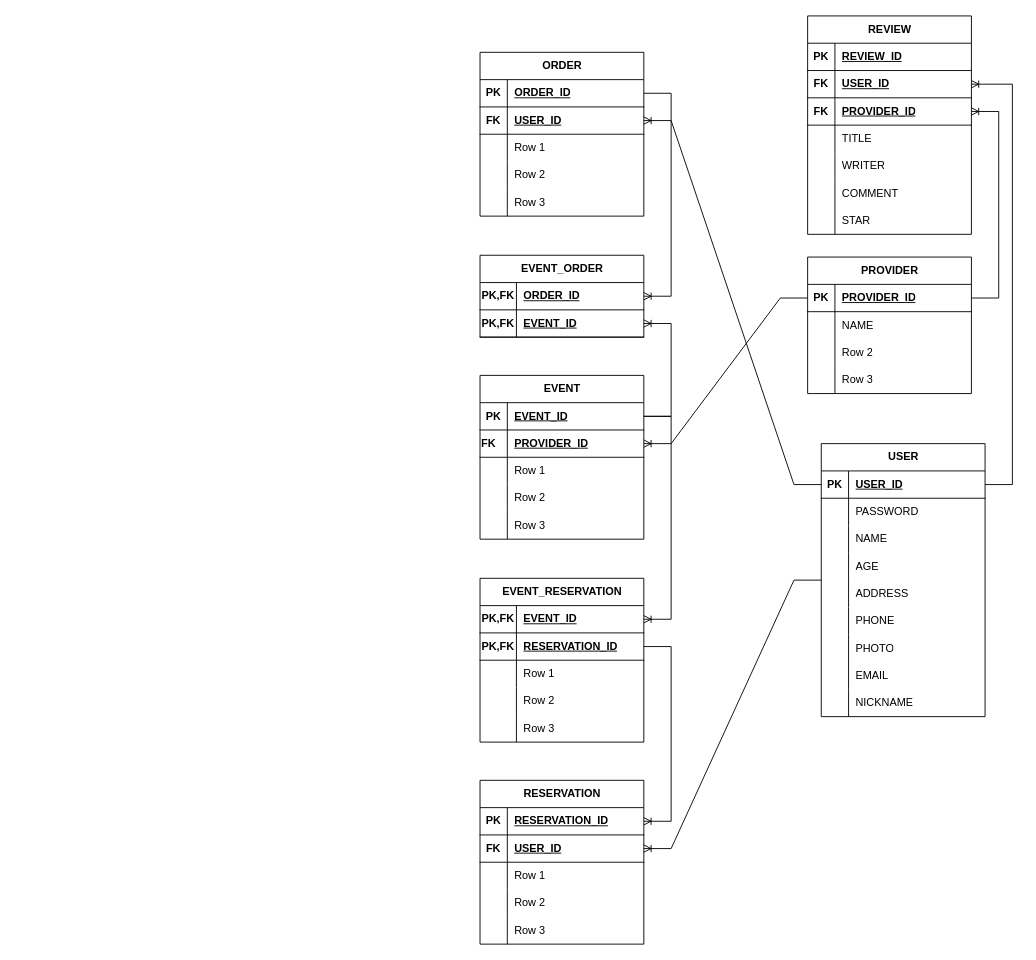
Earlier version of the draw.io diagram EventLinkERD.drawio (leeheeweon/EventLink). Source tidied: cells renumbered, new cells numbered last; positions are measured from the earlier drawing's top-left corner, leaving out a move shared by most shapes. Both pictures are drawn from the tidied source at 91%, with x=0, y=0 at pixel (307, 15).
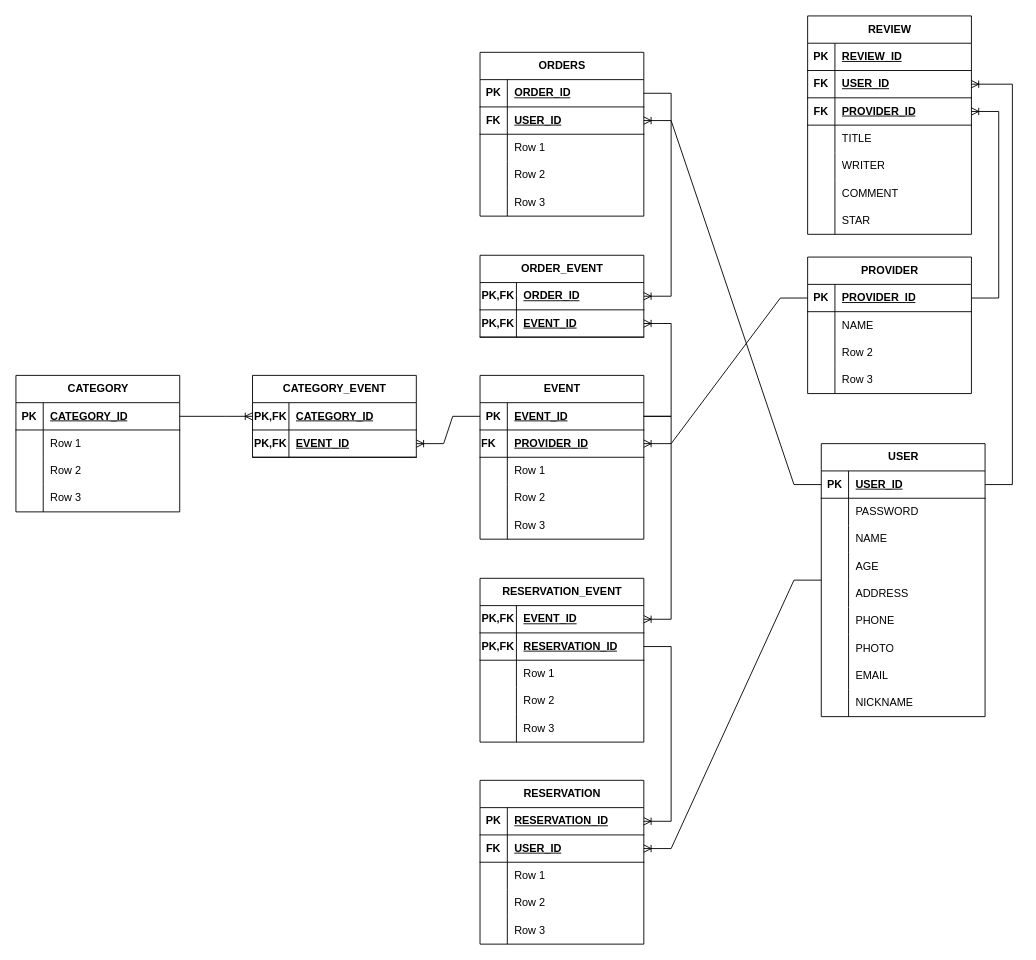
The same diagram, later.

The change refers to these unchanged cells:
```xml
<mxCell id="31" style="shape=tableRow;horizontal=0;startSize=0;swimlaneHead=0;swimlaneBody=0;fillColor=none;points=[[0,0.5],[1,0.5]];portConstraint=eastwest;top=0;left=0;right=0;bottom=1;" parent="30" vertex="1">
  <mxGeometry y="30" width="180" height="30" as="geometry" />
</mxCell>
```

Diff of the diagram source:
```diff
@@
-    <mxCell id="59" value="ORDER" style="shape=table;startSize=30;childLayout=tableLayout;rowLines=0;fontStyle=1;align=center;html=1;" parent="1" vertex="1">
+    <mxCell id="59" value="ORDERS" style="shape=table;startSize=30;childLayout=tableLayout;rowLines=0;fontStyle=1;align=center;html=1;" parent="1" vertex="1">
       <mxGeometry x="190" y="40" width="180" height="180" as="geometry" />
     </mxCell>
@@
-    <mxCell id="99" value="EVENT_ORDER" style="shape=table;startSize=30;childLayout=tableLayout;rowLines=0;fontStyle=1;align=center;html=1;" parent="1" vertex="1">
+    <mxCell id="99" value="ORDER_EVENT" style="shape=table;startSize=30;childLayout=tableLayout;rowLines=0;fontStyle=1;align=center;html=1;" parent="1" vertex="1">
       <mxGeometry x="190" y="263" width="180" height="90" as="geometry" />
     </mxCell>
@@
-    <mxCell id="124" value="EVENT_RESERVATION" style="shape=table;startSize=30;childLayout=tableLayout;rowLines=0;fontStyle=1;align=center;html=1;" parent="1" vertex="1">
+    <mxCell id="124" value="RESERVATION_EVENT" style="shape=table;startSize=30;childLayout=tableLayout;rowLines=0;fontStyle=1;align=center;html=1;" parent="1" vertex="1">
       <mxGeometry x="190" y="618" width="180" height="180" as="geometry" />
     </mxCell>
@@
+    <mxCell id="145" value="CATEGORY" style="shape=table;startSize=30;childLayout=tableLayout;rowLines=0;fontStyle=1;align=center;html=1;" parent="1" vertex="1">
+      <mxGeometry x="-320" y="395" width="180" height="150" as="geometry" />
+    </mxCell>
+    <mxCell id="146" style="shape=tableRow;horizontal=0;startSize=0;swimlaneHead=0;swimlaneBody=0;fillColor=none;points=[[0,0.5],[1,0.5]];portConstraint=eastwest;top=0;left=0;right=0;bottom=1;" parent="145" vertex="1">
+      <mxGeometry y="30" width="180" height="30" as="geometry" />
+    </mxCell>
+    <mxCell id="147" value="PK" style="shape=partialRectangle;fillColor=none;top=0;left=0;bottom=0;right=0;fontStyle=1;overflow=hidden;whiteSpace=wrap;html=1;" parent="146" vertex="1">
+      <mxGeometry width="30" height="30" as="geometry" />
+    </mxCell>
+    <mxCell id="148" value="CATEGORY_ID" style="shape=partialRectangle;fillColor=none;top=0;left=0;bottom=0;right=0;align=left;spacingLeft=6;fontStyle=5;overflow=hidden;whiteSpace=wrap;html=1;" parent="146" vertex="1">
+      <mxGeometry x="30" width="150" height="30" as="geometry" />
+    </mxCell>
+    <mxCell id="149" style="shape=tableRow;horizontal=0;startSize=0;swimlaneHead=0;swimlaneBody=0;fillColor=none;top=0;left=0;right=0;bottom=0;" parent="145" vertex="1">
+      <mxGeometry y="60" width="180" height="30" as="geometry" />
+    </mxCell>
+    <mxCell id="150" style="shape=partialRectangle;fillColor=none;top=0;left=0;bottom=0;right=0;overflow=hidden;whiteSpace=wrap;html=1;" parent="149" vertex="1">
+      <mxGeometry width="30" height="30" as="geometry" />
+    </mxCell>
+    <mxCell id="151" value="Row 1" style="shape=partialRectangle;fillColor=none;top=0;left=0;bottom=0;right=0;align=left;spacingLeft=6;overflow=hidden;whiteSpace=wrap;html=1;" parent="149" vertex="1">
+      <mxGeometry x="30" width="150" height="30" as="geometry" />
+    </mxCell>
+    <mxCell id="152" style="shape=tableRow;horizontal=0;startSize=0;swimlaneHead=0;swimlaneBody=0;fillColor=none;top=0;left=0;right=0;bottom=0;" parent="145" vertex="1">
+      <mxGeometry y="90" width="180" height="30" as="geometry" />
+    </mxCell>
+    <mxCell id="153" style="shape=partialRectangle;fillColor=none;top=0;left=0;bottom=0;right=0;overflow=hidden;whiteSpace=wrap;html=1;" parent="152" vertex="1">
+      <mxGeometry width="30" height="30" as="geometry" />
+    </mxCell>
+    <mxCell id="154" value="Row 2" style="shape=partialRectangle;fillColor=none;top=0;left=0;bottom=0;right=0;align=left;spacingLeft=6;overflow=hidden;whiteSpace=wrap;html=1;" parent="152" vertex="1">
+      <mxGeometry x="30" width="150" height="30" as="geometry" />
+    </mxCell>
+    <mxCell id="155" style="shape=tableRow;horizontal=0;startSize=0;swimlaneHead=0;swimlaneBody=0;fillColor=none;top=0;left=0;right=0;bottom=0;" parent="145" vertex="1">
+      <mxGeometry y="120" width="180" height="30" as="geometry" />
+    </mxCell>
+    <mxCell id="156" style="shape=partialRectangle;fillColor=none;top=0;left=0;bottom=0;right=0;overflow=hidden;whiteSpace=wrap;html=1;" parent="155" vertex="1">
+      <mxGeometry width="30" height="30" as="geometry" />
+    </mxCell>
+    <mxCell id="157" value="Row 3" style="shape=partialRectangle;fillColor=none;top=0;left=0;bottom=0;right=0;align=left;spacingLeft=6;overflow=hidden;whiteSpace=wrap;html=1;" parent="155" vertex="1">
+      <mxGeometry x="30" width="150" height="30" as="geometry" />
+    </mxCell>
+    <mxCell id="158" value="CATEGORY_EVENT" style="shape=table;startSize=30;childLayout=tableLayout;rowLines=0;fontStyle=1;align=center;html=1;" parent="1" vertex="1">
+      <mxGeometry x="-60" y="395" width="180" height="90" as="geometry" />
+    </mxCell>
+    <mxCell id="159" style="shape=tableRow;horizontal=0;startSize=0;swimlaneHead=0;swimlaneBody=0;fillColor=none;points=[[0,0.5],[1,0.5]];portConstraint=eastwest;top=0;left=0;right=0;bottom=1;" parent="158" vertex="1">
+      <mxGeometry y="30" width="180" height="30" as="geometry" />
+    </mxCell>
+    <mxCell id="160" value="PK,FK" style="shape=partialRectangle;fillColor=none;top=0;left=0;bottom=0;right=0;fontStyle=1;overflow=hidden;whiteSpace=wrap;html=1;" parent="159" vertex="1">
+      <mxGeometry width="40" height="30" as="geometry" />
+    </mxCell>
+    <mxCell id="161" value="CATEGORY_ID" style="shape=partialRectangle;fillColor=none;top=0;left=0;bottom=0;right=0;align=left;spacingLeft=6;fontStyle=5;overflow=hidden;whiteSpace=wrap;html=1;" parent="159" vertex="1">
+      <mxGeometry x="40" width="140" height="30" as="geometry" />
+    </mxCell>
+    <mxCell id="162" style="shape=tableRow;horizontal=0;startSize=0;swimlaneHead=0;swimlaneBody=0;fillColor=none;points=[[0,0.5],[1,0.5]];portConstraint=eastwest;top=0;left=0;right=0;bottom=1;" parent="158" vertex="1">
+      <mxGeometry y="60" width="180" height="30" as="geometry" />
+    </mxCell>
+    <mxCell id="163" value="PK,FK" style="shape=partialRectangle;fillColor=none;top=0;left=0;bottom=0;right=0;fontStyle=1;overflow=hidden;whiteSpace=wrap;html=1;" parent="162" vertex="1">
+      <mxGeometry width="40" height="30" as="geometry" />
+    </mxCell>
+    <mxCell id="164" value="EVENT_ID" style="shape=partialRectangle;fillColor=none;top=0;left=0;bottom=0;right=0;align=left;spacingLeft=6;fontStyle=5;overflow=hidden;whiteSpace=wrap;html=1;" parent="162" vertex="1">
+      <mxGeometry x="40" width="140" height="30" as="geometry" />
+    </mxCell>
+    <mxCell id="165" style="edgeStyle=entityRelationEdgeStyle;fontSize=12;html=1;endArrow=ERoneToMany;rounded=0;" parent="1" edge="1" source="146" target="159">
+      <mxGeometry relative="1" as="geometry" />
+    </mxCell>
+    <mxCell id="166" style="edgeStyle=entityRelationEdgeStyle;fontSize=12;html=1;endArrow=ERoneToMany;rounded=0;" parent="1" edge="1" source="31" target="162">
+      <mxGeometry relative="1" as="geometry">
+        <Array as="points">
+          <mxPoint x="-20" y="520" />
+          <mxPoint x="60" y="560" />
+        </Array>
+      </mxGeometry>
+    </mxCell>
```
